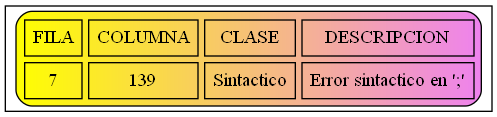
This is Errores.png from JoseMore99/OLC2_P1_201701015, a Graphviz export, as it was before one commit. Its source is kept beside it as Errores.dot.
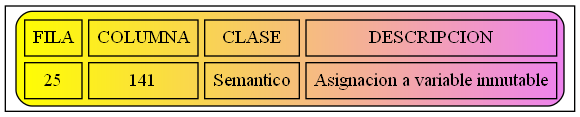
After the change.

Diff of the diagram source:
```diff
@@ -2,6 +2,6 @@
 node [shape=record];
 a0 [label=<<TABLE border="1" cellspacing="5" cellpadding="5" style="rounded" bgcolor="yellow:violet">
 "<TR><TD>FILA</TD><TD>COLUMNA</TD><TD>CLASE</TD><TD>DESCRIPCION</TD></TR>
-<TR><TD>7</TD><TD>139</TD><TD>Sintactico</TD><TD>Error sintactico en ';'</TD></TR>
+<TR><TD>25</TD><TD>141</TD><TD>Semantico</TD><TD>Asignacion a variable inmutable</TD></TR>
 </TABLE>>];
 }
```
